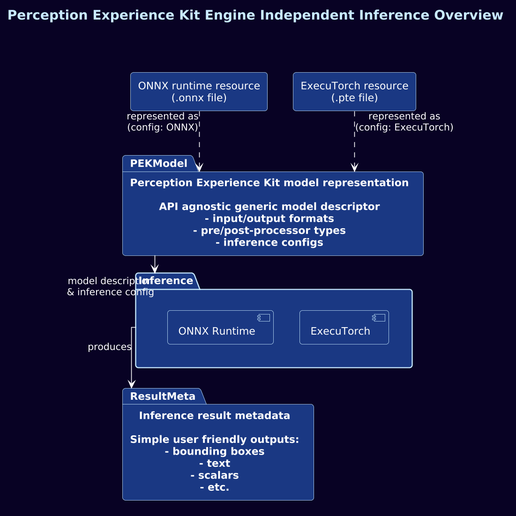
This is docs/public/static/img/engine-independent.png from arm/open-perception-kit, a PlantUML export, as it was before one commit.
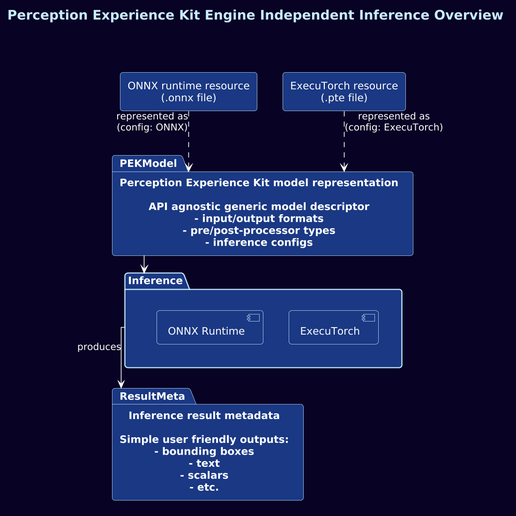
The same file after the commit.

Commit message:
Fix inference diagram layout

Task: EXPKITS-1084

Change to the diagram source:
```diff
@@ -31,7 +31,7 @@
     ResPte  -[dashed]-> PEKModel : represented as\n(config: ExecuTorch)
 
     PEKModel -down[hidden]-> Inference
-    PEKModel -down-> Inference : model description\n& inference config
+    PEKModel -down-> Inference
 
     Inference -down[hidden]-> ResultMeta
     Inference -down-> ResultMeta : produces
```
